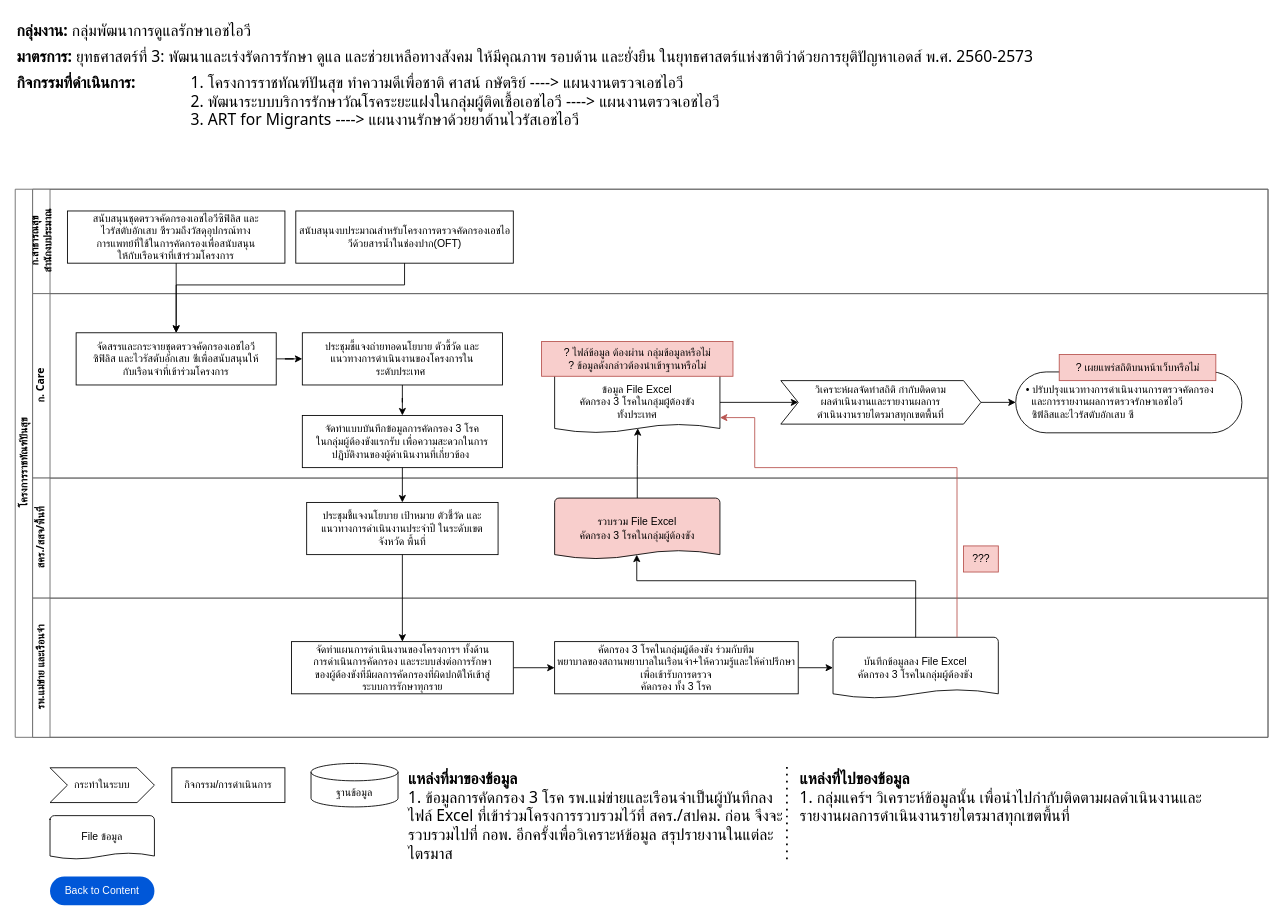
Earlier version of the draw.io diagram page "ราชทัณฑ์ปันสุข" (9 of 25) of HIVs Work-Data Diagram.drawio (anun311/regist). Source tidied: cells renumbered, new cells numbered last; positions are measured from the earlier drawing's top-left corner, leaving out a move shared by most shapes. Both pictures are drawn from the tidied source at 87%, with x=0, y=0 at pixel (15, 15).
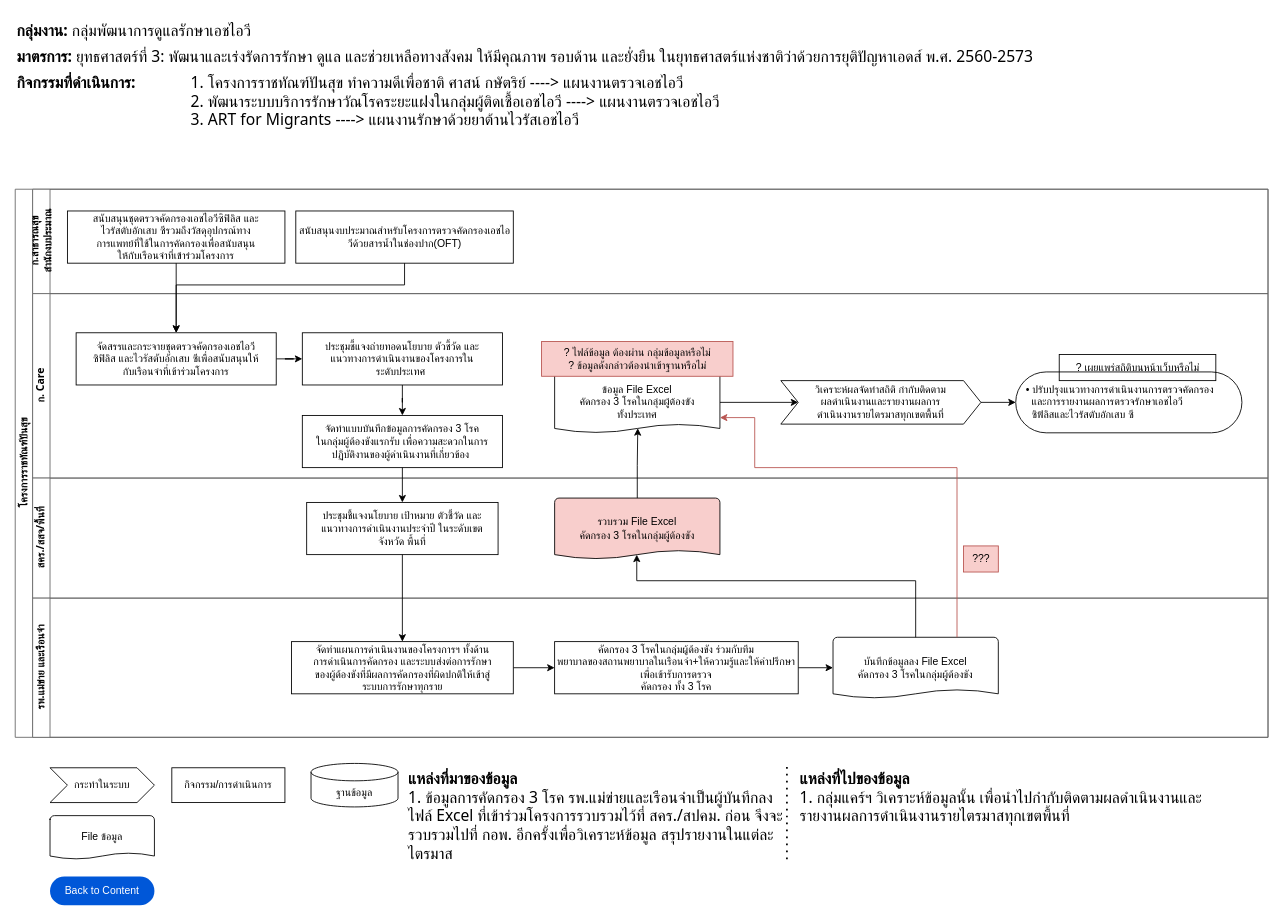
Above is the later version.

Unchanged cells that the change refers to:
```xml
<mxCell id="6" value="ก. Care" style="swimlane;html=1;startSize=20;horizontal=0;fontFamily=Tahoma;strokeColor=#666666;" parent="2" vertex="1">
  <mxGeometry x="20" y="120" width="1420" height="212" as="geometry" />
</mxCell>
```

The edit, as a diff of the source:
```diff
@@
-    <mxCell id="18" value="? เผยแพร่สถิติบนหน้าเว็บหรือไม่" style="text;html=1;align=center;verticalAlign=middle;strokeColor=#b85450;fillColor=#f8cecc;" parent="6" vertex="1">
+    <mxCell id="18" value="? เผยแพร่สถิติบนหน้าเว็บหรือไม่" style="text;html=1;align=center;verticalAlign=middle;strokeColor=#000000;fillColor=none;" parent="6" vertex="1">
       <mxGeometry x="1180" y="70" width="180" height="30" as="geometry" />
     </mxCell>
```
